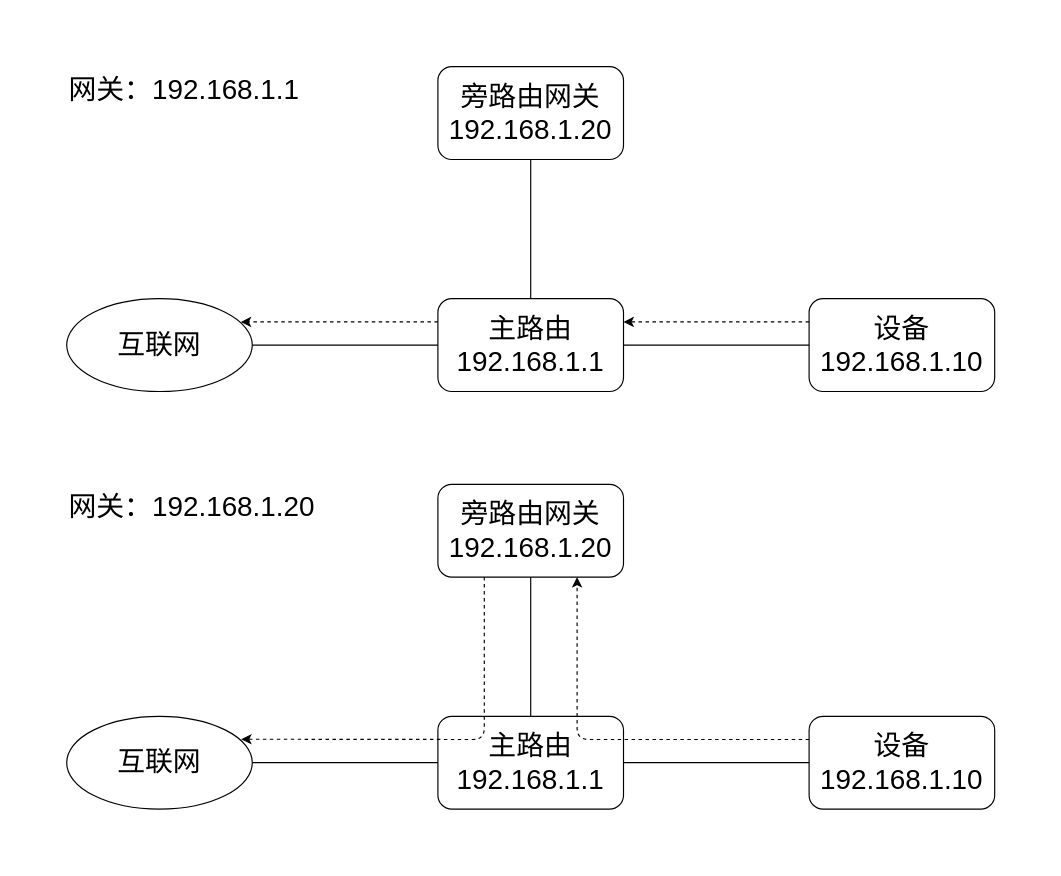
The draw.io diagram README/网络拓扑.dio in SIXiaolong1117/NetworkSelector, before the edit. Source tidied: cells renumbered, new cells numbered last; positions are measured from the earlier drawing's top-left corner, leaving out a move shared by most shapes. Both pictures are drawn from the tidied source at 116%, with x=0, y=0 at pixel (66, 66).
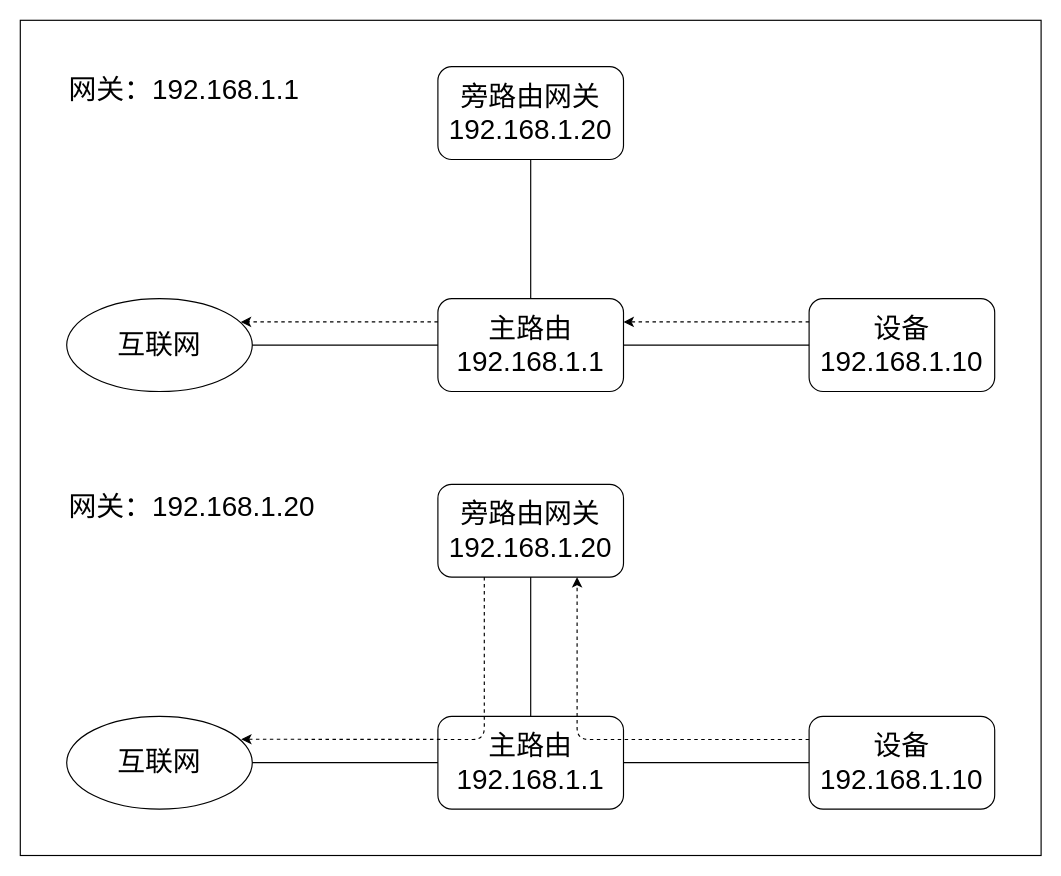
The same diagram, later.

The edit, as a diff of the source:
```diff
@@
+    <mxCell id="22" style="rounded=1;whiteSpace=wrap;html=1;arcSize=0;" parent="1" vertex="1">
+      <mxGeometry x="-40" y="-40" width="880" height="720" as="geometry" />
+    </mxCell>
```
